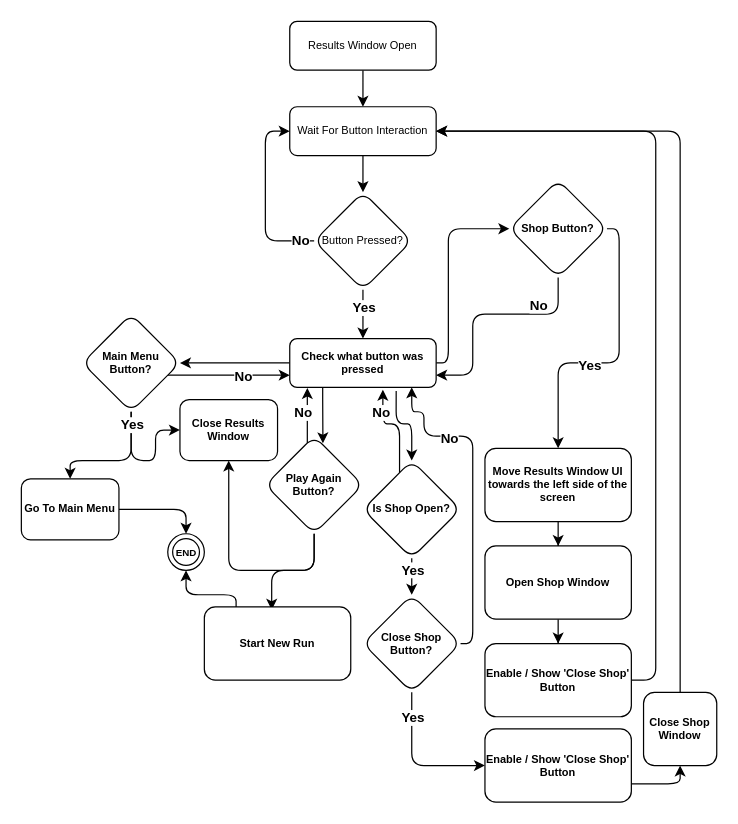
Above: ResultsMenuFlowchart.drawio in PsychicHavocTV/CPPSideScroller (draw.io), before the change. Source tidied: cells renumbered, new cells numbered last; positions are measured from the earlier drawing's top-left corner, leaving out a move shared by most shapes. Both pictures are drawn from the tidied source at 122%, with x=0, y=0 at pixel (21, 21).
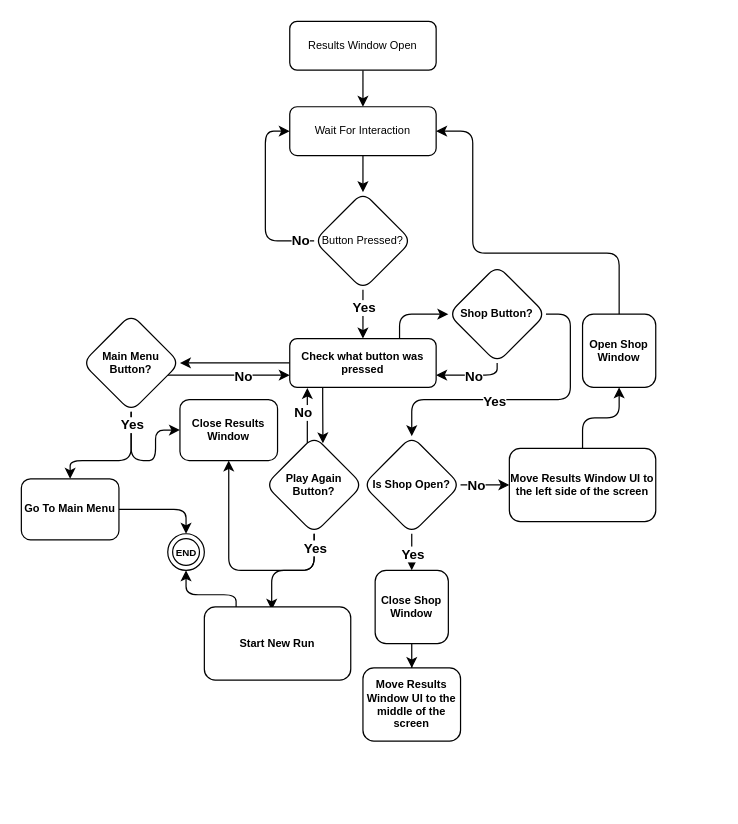
The same diagram, later.

Unchanged cells that the change refers to:
```xml
<mxCell id="19" style="edgeStyle=orthogonalEdgeStyle;rounded=1;jettySize=auto;html=1;entryX=0.5;entryY=1;entryDx=0;entryDy=0;" parent="1" edge="1" source="20" target="32">
  <mxGeometry relative="1" as="geometry">
    <Array as="points">
      <mxPoint x="240" y="450" />
      <mxPoint x="170" y="450" />
    </Array>
  </mxGeometry>
</mxCell>
<mxCell id="31" value="&lt;b&gt;Check what button was pressed&lt;/b&gt;" style="rounded=1;whiteSpace=wrap;html=1;fontSize=9;glass=0;strokeWidth=1;shadow=0;" parent="1" vertex="1">
  <mxGeometry x="220" y="260" width="120" height="40" as="geometry" />
</mxCell>
```

Diff of the diagram source:
```diff
@@
-    <mxCell id="5" value="Wait For Button Interaction" style="rounded=1;whiteSpace=wrap;html=1;fontSize=9;glass=0;strokeWidth=1;shadow=0;" parent="1" vertex="1">
+    <mxCell id="5" value="Wait For Interaction" style="rounded=1;whiteSpace=wrap;html=1;fontSize=9;glass=0;strokeWidth=1;shadow=0;" parent="1" vertex="1">
       <mxGeometry x="220" y="70" width="120" height="40" as="geometry" />
     </mxCell>
@@
     <mxCell id="11" style="edgeStyle=orthogonalEdgeStyle;rounded=1;jettySize=auto;html=1;entryX=1;entryY=0.75;entryDx=0;entryDy=0;exitX=0.5;exitY=1;exitDx=0;exitDy=0;" parent="1" edge="1" source="15" target="31">
       <mxGeometry relative="1" as="geometry">
         <Array as="points">
-          <mxPoint x="440" y="240" />
-          <mxPoint x="370" y="240" />
-          <mxPoint x="370" y="290" />
+          <mxPoint x="390" y="290" />
         </Array>
       </mxGeometry>
     </mxCell>
     <mxCell id="12" value="&lt;b&gt;No&lt;/b&gt;" style="edgeLabel;html=1;align=center;verticalAlign=middle;" parent="11" vertex="1">
       <mxGeometry x="-0.47" y="-1" relative="1" as="geometry">
-        <mxPoint x="1" y="-7" as="offset" />
+        <mxPoint x="-14" y="1" as="offset" />
       </mxGeometry>
     </mxCell>
-    <mxCell id="13" style="edgeStyle=orthogonalEdgeStyle;rounded=1;jettySize=auto;html=1;entryX=0.5;entryY=0;entryDx=0;entryDy=0;exitX=1;exitY=0.5;exitDx=0;exitDy=0;" parent="1" edge="1" source="15" target="53">
-      <mxGeometry relative="1" as="geometry">
-        <Array as="points">
-          <mxPoint x="490" y="170" />
-          <mxPoint x="490" y="280" />
-          <mxPoint x="440" y="280" />
-        </Array>
-      </mxGeometry>
-    </mxCell>
-    <mxCell id="14" value="&lt;b&gt;Yes&lt;/b&gt;" style="edgeLabel;html=1;align=center;verticalAlign=middle;" parent="13" vertex="1">
-      <mxGeometry x="0.21" y="1" relative="1" as="geometry" />
-    </mxCell>
+    <mxCell id="58" style="edgeStyle=orthogonalEdgeStyle;rounded=1;jettySize=auto;html=1;entryX=0.5;entryY=0;entryDx=0;entryDy=0;exitX=1;exitY=0.5;exitDx=0;exitDy=0;" parent="1" edge="1" source="15" target="44">
+      <mxGeometry relative="1" as="geometry" />
+    </mxCell>
+    <mxCell id="59" value="&lt;b&gt;Yes&lt;/b&gt;" style="edgeLabel;html=1;align=center;verticalAlign=middle;" parent="58" vertex="1">
+      <mxGeometry x="0.22" y="1" relative="1" as="geometry" />
+    </mxCell>
     <mxCell id="15" value="&lt;b&gt;Shop Button?&lt;/b&gt;" style="rhombus;whiteSpace=wrap;html=1;fontSize=9;rounded=1;glass=0;strokeWidth=1;shadow=0;" parent="1" vertex="1">
-      <mxGeometry x="400" y="130" width="80" height="80" as="geometry" />
+      <mxGeometry x="350" y="200" width="80" height="80" as="geometry" />
     </mxCell>
@@
+    <mxCell id="60" value="&lt;b&gt;Yes&lt;/b&gt;" style="edgeLabel;html=1;align=center;verticalAlign=middle;" parent="19" vertex="1">
+      <mxGeometry x="-0.88" relative="1" as="geometry" />
+    </mxCell>
@@
-    <mxCell id="27" style="edgeStyle=orthogonalEdgeStyle;rounded=1;jettySize=auto;html=1;entryX=0;entryY=0.5;entryDx=0;entryDy=0;" parent="1" edge="1" source="31" target="15">
+    <mxCell id="27" style="edgeStyle=orthogonalEdgeStyle;rounded=1;jettySize=auto;html=1;entryX=0;entryY=0.5;entryDx=0;entryDy=0;exitX=0.75;exitY=0;exitDx=0;exitDy=0;" parent="1" edge="1" source="31" target="15">
       <mxGeometry relative="1" as="geometry">
         <Array as="points">
-          <mxPoint x="350" y="280" />
-          <mxPoint x="350" y="170" />
+          <mxPoint x="310" y="240" />
         </Array>
       </mxGeometry>
     </mxCell>
@@
-    <mxCell id="30" style="edgeStyle=orthogonalEdgeStyle;rounded=1;jettySize=auto;html=1;entryX=0.5;entryY=0;entryDx=0;entryDy=0;exitX=0.727;exitY=1.073;exitDx=0;exitDy=0;exitPerimeter=0;" parent="1" edge="1" source="31" target="44">
-      <mxGeometry relative="1" as="geometry">
-        <Array as="points">
-          <mxPoint x="307" y="330" />
-          <mxPoint x="320" y="330" />
-        </Array>
-      </mxGeometry>
-    </mxCell>
@@
-    <mxCell id="38" style="edgeStyle=orthogonalEdgeStyle;rounded=0;jettySize=auto;html=1;entryX=0.5;entryY=0;entryDx=0;entryDy=0;" parent="1" edge="1" source="39" target="55">
-      <mxGeometry relative="1" as="geometry" />
-    </mxCell>
+    <mxCell id="61" style="edgeStyle=orthogonalEdgeStyle;rounded=1;jettySize=auto;html=1;entryX=1;entryY=0.5;entryDx=0;entryDy=0;" parent="1" edge="1" source="39" target="5">
+      <mxGeometry relative="1" as="geometry">
+        <Array as="points">
+          <mxPoint x="490" y="190" />
+          <mxPoint x="370" y="190" />
+          <mxPoint x="370" y="90" />
+        </Array>
+      </mxGeometry>
+    </mxCell>
     <mxCell id="39" value="&lt;b&gt;Open Shop Window&lt;br&gt;&lt;/b&gt;" style="whiteSpace=wrap;html=1;fontSize=9;rounded=1;glass=0;strokeWidth=1;shadow=0;" parent="1" vertex="1">
-      <mxGeometry x="380" y="430" width="120" height="60" as="geometry" />
+      <mxGeometry x="460" y="240" width="60" height="60" as="geometry" />
     </mxCell>
-    <mxCell id="40" style="edgeStyle=orthogonalEdgeStyle;rounded=1;jettySize=auto;html=1;entryX=0.636;entryY=1.049;entryDx=0;entryDy=0;entryPerimeter=0;" parent="1" edge="1" source="44" target="31">
-      <mxGeometry relative="1" as="geometry">
-        <Array as="points">
-          <mxPoint x="310" y="330" />
-          <mxPoint x="296" y="330" />
-        </Array>
-      </mxGeometry>
-    </mxCell>
-    <mxCell id="41" value="&lt;b&gt;No&lt;/b&gt;" style="edgeLabel;html=1;align=center;verticalAlign=middle;" parent="40" vertex="1">
-      <mxGeometry x="0.22" y="1" relative="1" as="geometry">
-        <mxPoint x="-6" y="-11" as="offset" />
-      </mxGeometry>
-    </mxCell>
-    <mxCell id="42" style="edgeStyle=orthogonalEdgeStyle;rounded=0;jettySize=auto;html=1;entryX=0.5;entryY=0;entryDx=0;entryDy=0;" parent="1" edge="1" source="44" target="49">
-      <mxGeometry relative="1" as="geometry" />
-    </mxCell>
-    <mxCell id="43" value="&lt;b&gt;Yes&lt;/b&gt;" style="edgeLabel;html=1;align=center;verticalAlign=middle;" parent="42" vertex="1">
-      <mxGeometry x="0.29" relative="1" as="geometry">
-        <mxPoint y="-3" as="offset" />
-      </mxGeometry>
-    </mxCell>
+    <mxCell id="62" style="edgeStyle=orthogonalEdgeStyle;rounded=0;jettySize=auto;html=1;entryX=0;entryY=0.5;entryDx=0;entryDy=0;" parent="1" edge="1" source="44" target="53">
+      <mxGeometry relative="1" as="geometry" />
+    </mxCell>
+    <mxCell id="63" value="&lt;b&gt;No&lt;/b&gt;" style="edgeLabel;html=1;align=center;verticalAlign=middle;" parent="62" vertex="1">
+      <mxGeometry x="-0.42" relative="1" as="geometry" />
+    </mxCell>
+    <mxCell id="64" style="edgeStyle=orthogonalEdgeStyle;rounded=0;jettySize=auto;html=1;entryX=0.5;entryY=0;entryDx=0;entryDy=0;" parent="1" edge="1" source="44" target="51">
+      <mxGeometry relative="1" as="geometry" />
+    </mxCell>
+    <mxCell id="65" value="&lt;b&gt;Yes&lt;/b&gt;" style="edgeLabel;html=1;align=center;verticalAlign=middle;" parent="64" vertex="1">
+      <mxGeometry x="0.44" relative="1" as="geometry" />
+    </mxCell>
     <mxCell id="44" value="&lt;b&gt;Is Shop Open?&lt;/b&gt;" style="rhombus;whiteSpace=wrap;html=1;fontSize=9;rounded=1;glass=0;strokeWidth=1;shadow=0;" parent="1" vertex="1">
-      <mxGeometry x="280" y="360" width="80" height="80" as="geometry" />
+      <mxGeometry x="280" y="340" width="80" height="80" as="geometry" />
     </mxCell>
-    <mxCell id="45" style="edgeStyle=orthogonalEdgeStyle;rounded=1;jettySize=auto;html=1;exitX=0.5;exitY=1;exitDx=0;exitDy=0;entryX=0;entryY=0.5;entryDx=0;entryDy=0;" parent="1" edge="1" source="49" target="57">
-      <mxGeometry relative="1" as="geometry">
-        <Array as="points">
-          <mxPoint x="320" y="610" />
-        </Array>
-      </mxGeometry>
-    </mxCell>
-    <mxCell id="46" value="&lt;b&gt;Yes&lt;/b&gt;" style="edgeLabel;html=1;align=center;verticalAlign=middle;" parent="45" vertex="1">
-      <mxGeometry x="-0.83" relative="1" as="geometry">
-        <mxPoint y="10" as="offset" />
-      </mxGeometry>
-    </mxCell>
-    <mxCell id="47" style="edgeStyle=orthogonalEdgeStyle;rounded=1;jettySize=auto;html=1;exitX=1;exitY=0.5;exitDx=0;exitDy=0;" parent="1" edge="1" source="49">
-      <mxGeometry relative="1" as="geometry">
-        <mxPoint x="320" y="300" as="targetPoint" />
-        <Array as="points">
-          <mxPoint x="370" y="510" />
-          <mxPoint x="370" y="340" />
-          <mxPoint x="330" y="340" />
-          <mxPoint x="330" y="320" />
-          <mxPoint x="320" y="320" />
-        </Array>
-      </mxGeometry>
-    </mxCell>
-    <mxCell id="48" value="&lt;b&gt;No&lt;/b&gt;" style="edgeLabel;html=1;align=center;verticalAlign=middle;" parent="47" vertex="1">
-      <mxGeometry x="-0.73" y="1" relative="1" as="geometry">
-        <mxPoint x="-19" y="-143" as="offset" />
-      </mxGeometry>
-    </mxCell>
-    <mxCell id="49" value="&lt;b&gt;Close Shop Button?&lt;/b&gt;" style="rhombus;whiteSpace=wrap;html=1;fontSize=9;rounded=1;glass=0;strokeWidth=1;shadow=0;" parent="1" vertex="1">
-      <mxGeometry x="280" y="470" width="80" height="80" as="geometry" />
-    </mxCell>
-    <mxCell id="50" style="edgeStyle=orthogonalEdgeStyle;rounded=1;jettySize=auto;html=1;entryX=1;entryY=0.5;entryDx=0;entryDy=0;exitX=0.5;exitY=0;exitDx=0;exitDy=0;" parent="1" edge="1" source="51" target="5">
-      <mxGeometry relative="1" as="geometry">
-        <Array as="points">
-          <mxPoint x="540" y="90" />
-        </Array>
-      </mxGeometry>
-    </mxCell>
+    <mxCell id="66" style="edgeStyle=orthogonalEdgeStyle;rounded=0;jettySize=auto;html=1;entryX=0.5;entryY=0;entryDx=0;entryDy=0;" parent="1" edge="1" source="51" target="67">
+      <mxGeometry relative="1" as="geometry" />
+    </mxCell>
     <mxCell id="51" value="&lt;b&gt;Close Shop Window&lt;/b&gt;" style="whiteSpace=wrap;html=1;fontSize=9;rounded=1;glass=0;strokeWidth=1;shadow=0;" parent="1" vertex="1">
-      <mxGeometry x="510" y="550" width="60" height="60" as="geometry" />
+      <mxGeometry x="290" y="450" width="60" height="60" as="geometry" />
     </mxCell>
-    <mxCell id="52" style="edgeStyle=orthogonalEdgeStyle;rounded=0;jettySize=auto;html=1;entryX=0.5;entryY=0;entryDx=0;entryDy=0;" parent="1" edge="1" source="53" target="39">
+    <mxCell id="52" style="edgeStyle=orthogonalEdgeStyle;rounded=1;jettySize=auto;html=1;entryX=0.5;entryY=1;entryDx=0;entryDy=0;" parent="1" edge="1" source="53" target="39">
       <mxGeometry relative="1" as="geometry" />
     </mxCell>
-    <mxCell id="53" value="&lt;b&gt;Move Results Window UI towards the left side of the screen&lt;/b&gt;" style="whiteSpace=wrap;html=1;fontSize=9;rounded=1;glass=0;strokeWidth=1;shadow=0;" parent="1" vertex="1">
-      <mxGeometry x="380" y="350" width="120" height="60" as="geometry" />
+    <mxCell id="53" value="&lt;b&gt;Move Results Window UI to the left side of the screen&lt;/b&gt;" style="whiteSpace=wrap;html=1;fontSize=9;rounded=1;glass=0;strokeWidth=1;shadow=0;" parent="1" vertex="1">
+      <mxGeometry x="400" y="350" width="120" height="60" as="geometry" />
     </mxCell>
-    <mxCell id="54" style="edgeStyle=orthogonalEdgeStyle;rounded=1;jettySize=auto;html=1;entryX=1;entryY=0.5;entryDx=0;entryDy=0;" parent="1" edge="1" source="55" target="5">
-      <mxGeometry relative="1" as="geometry">
-        <Array as="points">
-          <mxPoint x="520" y="540" />
-          <mxPoint x="520" y="90" />
-        </Array>
-      </mxGeometry>
-    </mxCell>
-    <mxCell id="55" value="&lt;b&gt;Enable / Show 'Close Shop' Button&lt;/b&gt;" style="whiteSpace=wrap;html=1;fontSize=9;rounded=1;glass=0;strokeWidth=1;shadow=0;" parent="1" vertex="1">
-      <mxGeometry x="380" y="510" width="120" height="60" as="geometry" />
-    </mxCell>
-    <mxCell id="56" style="edgeStyle=orthogonalEdgeStyle;rounded=1;jettySize=auto;html=1;entryX=0.5;entryY=1;entryDx=0;entryDy=0;exitX=1;exitY=0.75;exitDx=0;exitDy=0;" parent="1" edge="1" source="57" target="51">
-      <mxGeometry relative="1" as="geometry">
-        <Array as="points">
-          <mxPoint x="540" y="625" />
-        </Array>
-      </mxGeometry>
-    </mxCell>
-    <mxCell id="57" value="&lt;b&gt;Enable / Show 'Close Shop' Button&lt;/b&gt;" style="whiteSpace=wrap;html=1;fontSize=9;rounded=1;glass=0;strokeWidth=1;shadow=0;" parent="1" vertex="1">
-      <mxGeometry x="380" y="580" width="120" height="60" as="geometry" />
-    </mxCell>
+    <mxCell id="67" value="&lt;b&gt;Move Results Window UI to the middle of the screen&lt;/b&gt;" style="whiteSpace=wrap;html=1;fontSize=9;rounded=1;glass=0;strokeWidth=1;shadow=0;" parent="1" vertex="1">
+      <mxGeometry x="280" y="530" width="80" height="60" as="geometry" />
+    </mxCell>
```
